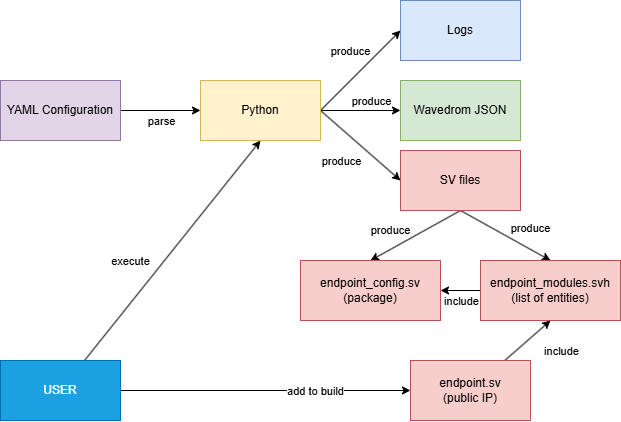
Earlier version of the draw.io export doc/assets/flow.drawio.png (lheywang-hdl-libs/endpoints). Source tidied: cells renumbered, new cells last; positions are measured from the earlier drawing's top-left corner, leaving out a move shared by most shapes. Source of this version:
```xml
<mxGraphModel>
  <root>
    <mxCell id="0" />
    <mxCell id="1" parent="0" />
    <mxCell id="2" style="edgeStyle=none;html=1;entryX=0;entryY=0.5;entryDx=0;entryDy=0;" parent="1" edge="1" source="4" target="11">
      <mxGeometry relative="1" as="geometry" />
    </mxCell>
    <mxCell id="3" value="parse" style="edgeLabel;html=1;align=center;verticalAlign=middle;" parent="2" vertex="1">
      <mxGeometry x="-0.43" y="-1" relative="1" as="geometry">
        <mxPoint x="18" y="9" as="offset" />
      </mxGeometry>
    </mxCell>
    <mxCell id="4" value="YAML Configuration" style="rounded=0;whiteSpace=wrap;html=1;fillColor=#e1d5e7;strokeColor=#9673a6;" parent="1" vertex="1">
      <mxGeometry y="80" width="120" height="60" as="geometry" />
    </mxCell>
    <mxCell id="5" style="edgeStyle=none;html=1;exitX=1;exitY=0.5;exitDx=0;exitDy=0;entryX=0;entryY=0.5;entryDx=0;entryDy=0;" parent="1" edge="1" source="11" target="13">
      <mxGeometry relative="1" as="geometry" />
    </mxCell>
    <mxCell id="6" value="produce" style="edgeLabel;html=1;align=center;verticalAlign=middle;" parent="5" vertex="1">
      <mxGeometry x="0.38" relative="1" as="geometry">
        <mxPoint x="-5" y="-10" as="offset" />
      </mxGeometry>
    </mxCell>
    <mxCell id="7" style="edgeStyle=none;html=1;exitX=1;exitY=0.5;exitDx=0;exitDy=0;entryX=0;entryY=0.5;entryDx=0;entryDy=0;" parent="1" edge="1" source="11" target="12">
      <mxGeometry relative="1" as="geometry" />
    </mxCell>
    <mxCell id="8" value="produce" style="edgeLabel;html=1;align=center;verticalAlign=middle;" parent="7" vertex="1">
      <mxGeometry x="0.07" y="1" relative="1" as="geometry">
        <mxPoint x="-12" y="-16" as="offset" />
      </mxGeometry>
    </mxCell>
    <mxCell id="9" style="edgeStyle=none;html=1;exitX=1;exitY=0.5;exitDx=0;exitDy=0;entryX=0;entryY=0.5;entryDx=0;entryDy=0;" parent="1" edge="1" source="11" target="18">
      <mxGeometry relative="1" as="geometry" />
    </mxCell>
    <mxCell id="10" value="produce" style="edgeLabel;html=1;align=center;verticalAlign=middle;" parent="9" vertex="1">
      <mxGeometry x="0.01" y="1" relative="1" as="geometry">
        <mxPoint x="-21" y="16" as="offset" />
      </mxGeometry>
    </mxCell>
    <mxCell id="11" value="Python" style="rounded=0;whiteSpace=wrap;html=1;fillColor=#fff2cc;strokeColor=#d6b656;" parent="1" vertex="1">
      <mxGeometry x="200" y="80" width="120" height="60" as="geometry" />
    </mxCell>
    <mxCell id="12" value="Logs" style="rounded=0;whiteSpace=wrap;html=1;fillColor=#dae8fc;strokeColor=#6c8ebf;" parent="1" vertex="1">
      <mxGeometry x="400" width="120" height="60" as="geometry" />
    </mxCell>
    <mxCell id="13" value="Wavedrom JSON" style="rounded=0;whiteSpace=wrap;html=1;fillColor=#d5e8d4;strokeColor=#82b366;" parent="1" vertex="1">
      <mxGeometry x="400" y="80" width="120" height="60" as="geometry" />
    </mxCell>
    <mxCell id="14" style="edgeStyle=none;html=1;exitX=0.5;exitY=1;exitDx=0;exitDy=0;entryX=0.5;entryY=0;entryDx=0;entryDy=0;" parent="1" edge="1" source="18" target="19">
      <mxGeometry relative="1" as="geometry" />
    </mxCell>
    <mxCell id="15" value="produce" style="edgeLabel;html=1;align=center;verticalAlign=middle;" parent="14" vertex="1">
      <mxGeometry x="-0.2" y="-1" relative="1" as="geometry">
        <mxPoint x="-34" as="offset" />
      </mxGeometry>
    </mxCell>
    <mxCell id="16" style="edgeStyle=none;html=1;exitX=0.5;exitY=1;exitDx=0;exitDy=0;entryX=0.5;entryY=0;entryDx=0;entryDy=0;" parent="1" edge="1" source="18" target="22">
      <mxGeometry relative="1" as="geometry" />
    </mxCell>
    <mxCell id="17" value="produce" style="edgeLabel;html=1;align=center;verticalAlign=middle;" parent="16" vertex="1">
      <mxGeometry x="-0.2" y="3" relative="1" as="geometry">
        <mxPoint x="32" as="offset" />
      </mxGeometry>
    </mxCell>
    <mxCell id="18" value="SV files" style="rounded=0;whiteSpace=wrap;html=1;fillColor=#f8cecc;strokeColor=#b85450;" parent="1" vertex="1">
      <mxGeometry x="400" y="150" width="120" height="60" as="geometry" />
    </mxCell>
    <mxCell id="19" value="endpoint_config.sv&lt;div&gt;(package)&lt;/div&gt;" style="rounded=0;whiteSpace=wrap;html=1;fillColor=#f8cecc;strokeColor=#b85450;" parent="1" vertex="1">
      <mxGeometry x="300" y="260" width="140" height="60" as="geometry" />
    </mxCell>
    <mxCell id="20" style="edgeStyle=none;html=1;entryX=1;entryY=0.5;entryDx=0;entryDy=0;" parent="1" edge="1" source="22" target="19">
      <mxGeometry relative="1" as="geometry" />
    </mxCell>
    <mxCell id="21" value="include" style="edgeLabel;html=1;align=center;verticalAlign=middle;" parent="20" vertex="1">
      <mxGeometry x="0.07" relative="1" as="geometry">
        <mxPoint x="2" y="10" as="offset" />
      </mxGeometry>
    </mxCell>
    <mxCell id="22" value="endpoint_modules.svh&lt;div&gt;(list of entities)&lt;/div&gt;" style="rounded=0;whiteSpace=wrap;html=1;fillColor=#f8cecc;strokeColor=#b85450;" parent="1" vertex="1">
      <mxGeometry x="480" y="260" width="140" height="60" as="geometry" />
    </mxCell>
    <mxCell id="23" style="edgeStyle=none;html=1;entryX=0.5;entryY=1;entryDx=0;entryDy=0;" parent="1" edge="1" source="25" target="22">
      <mxGeometry relative="1" as="geometry" />
    </mxCell>
    <mxCell id="24" value="include" style="edgeLabel;html=1;align=center;verticalAlign=middle;" parent="23" vertex="1">
      <mxGeometry x="-0.08" y="8" relative="1" as="geometry">
        <mxPoint x="40" y="15" as="offset" />
      </mxGeometry>
    </mxCell>
    <mxCell id="25" value="endpoint.sv&lt;div&gt;(public IP)&lt;/div&gt;" style="rounded=0;whiteSpace=wrap;html=1;fillColor=#f8cecc;strokeColor=#b85450;" parent="1" vertex="1">
      <mxGeometry x="410" y="360" width="120" height="60" as="geometry" />
    </mxCell>
    <mxCell id="26" style="edgeStyle=none;html=1;entryX=0.5;entryY=1;entryDx=0;entryDy=0;" parent="1" edge="1" source="30" target="11">
      <mxGeometry relative="1" as="geometry" />
    </mxCell>
    <mxCell id="27" value="execute" style="edgeLabel;html=1;align=center;verticalAlign=middle;" parent="26" vertex="1">
      <mxGeometry x="-0.26" relative="1" as="geometry">
        <mxPoint x="-20" y="-18" as="offset" />
      </mxGeometry>
    </mxCell>
    <mxCell id="28" style="edgeStyle=none;html=1;entryX=0;entryY=0.5;entryDx=0;entryDy=0;" parent="1" edge="1" source="30" target="25">
      <mxGeometry relative="1" as="geometry" />
    </mxCell>
    <mxCell id="29" value="add to build" style="edgeLabel;html=1;align=center;verticalAlign=middle;" parent="28" vertex="1">
      <mxGeometry x="0.34" relative="1" as="geometry" />
    </mxCell>
    <mxCell id="30" value="USER" style="rounded=0;whiteSpace=wrap;html=1;fillColor=#1ba1e2;fontColor=#ffffff;strokeColor=#006EAF;" parent="1" vertex="1">
      <mxGeometry y="360" width="120" height="60" as="geometry" />
    </mxCell>
  </root>
</mxGraphModel>
```
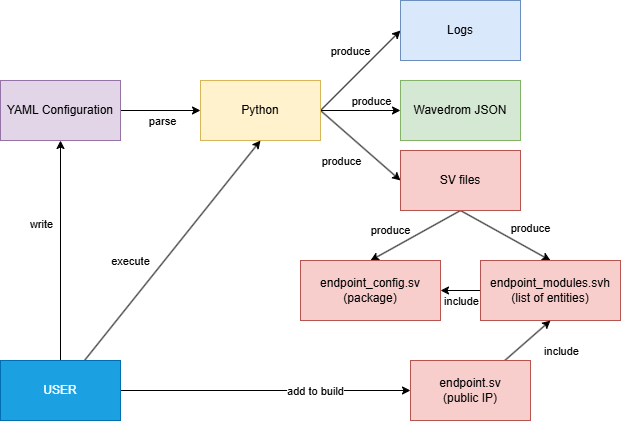
The same file after the commit.

The edit, as a diff of the source:
```diff
@@ -104,6 +104,14 @@
     <mxCell id="29" value="add to build" style="edgeLabel;html=1;align=center;verticalAlign=middle;" parent="28" vertex="1">
       <mxGeometry x="0.34" relative="1" as="geometry" />
     </mxCell>
+    <mxCell id="31" style="edgeStyle=none;html=1;" parent="1" edge="1" source="30" target="4">
+      <mxGeometry relative="1" as="geometry" />
+    </mxCell>
+    <mxCell id="32" value="write" style="edgeLabel;html=1;align=center;verticalAlign=middle;" parent="31" vertex="1">
+      <mxGeometry x="0.25" y="2" relative="1" as="geometry">
+        <mxPoint x="-18" as="offset" />
+      </mxGeometry>
+    </mxCell>
     <mxCell id="30" value="USER" style="rounded=0;whiteSpace=wrap;html=1;fillColor=#1ba1e2;fontColor=#ffffff;strokeColor=#006EAF;" parent="1" vertex="1">
       <mxGeometry y="360" width="120" height="60" as="geometry" />
     </mxCell>
```
